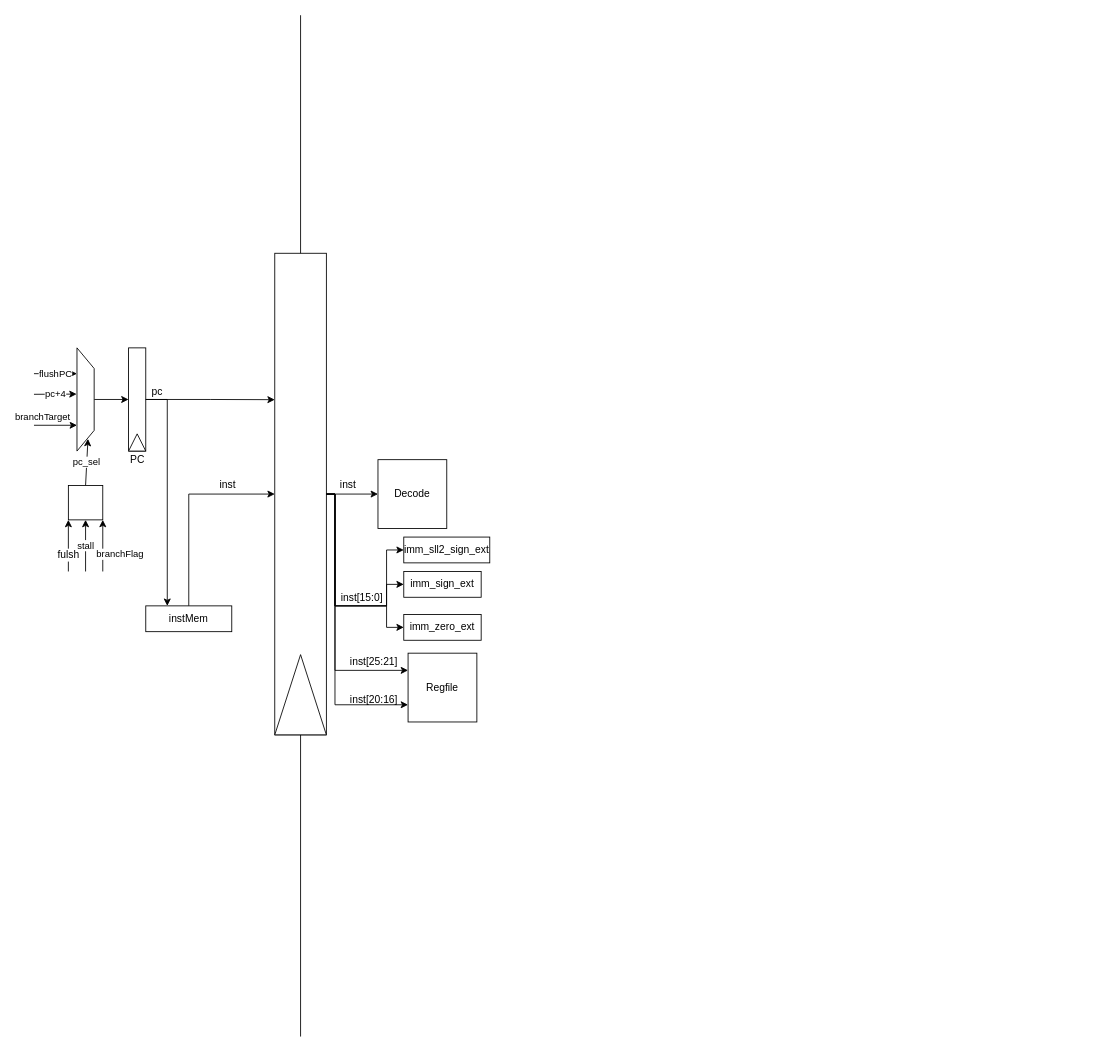
The draw.io diagram phoenix.drawio in amadeus-mips/amadeus-mips, before the edit. Source tidied: cells renumbered, new cells numbered last; positions are measured from the earlier drawing's top-left corner, leaving out a move shared by most shapes. Both pictures are drawn from the tidied source at 86%, with x=0, y=0 at pixel (34, 15).
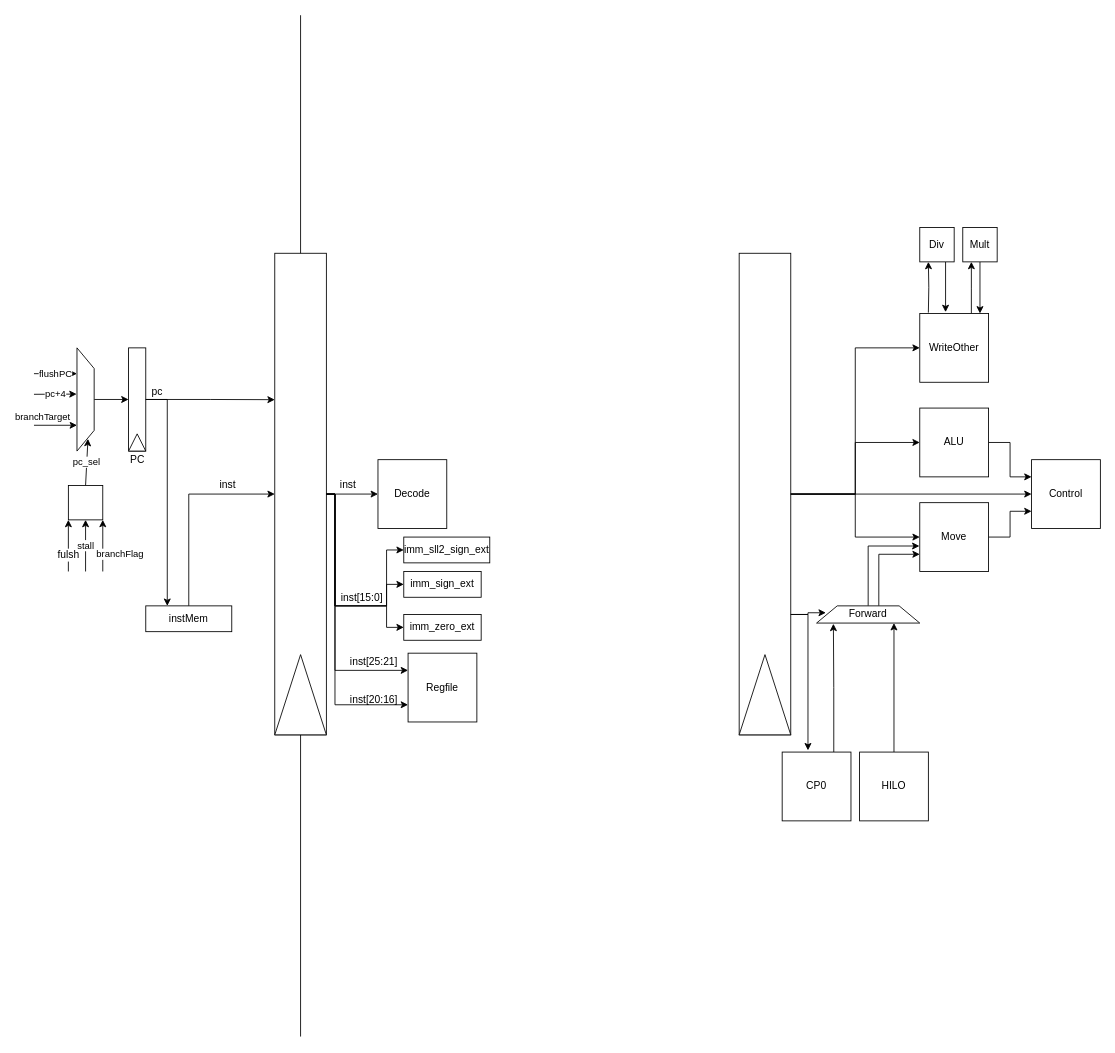
The same page after the edit.

What changed in the source:
```diff
@@
+    <mxCell id="42" style="group;" parent="1" vertex="1">
+      <mxGeometry x="820" y="277" width="60" height="560" as="geometry" />
+    </mxCell>
+    <mxCell id="43" style="rounded=0;whiteSpace=wrap;html=1;strokeColor=#000000;strokeWidth=1;direction=south;" parent="42" vertex="1">
+      <mxGeometry width="60" height="560" as="geometry" />
+    </mxCell>
+    <mxCell id="44" style="triangle;whiteSpace=wrap;html=1;strokeColor=#000000;strokeWidth=1;direction=north;" parent="42" vertex="1">
+      <mxGeometry y="466.7" width="60" height="93.3" as="geometry" />
+    </mxCell>
+    <mxCell id="45" style="edgeStyle=orthogonalEdgeStyle;rounded=0;jettySize=auto;html=1;exitX=1;exitY=0.5;exitDx=0;exitDy=0;entryX=0;entryY=0.25;entryDx=0;entryDy=0;" parent="1" edge="1" source="46" target="60">
+      <mxGeometry relative="1" as="geometry" />
+    </mxCell>
+    <mxCell id="46" value="ALU" style="whiteSpace=wrap;html=1;" parent="1" vertex="1">
+      <mxGeometry x="1030" y="457" width="80" height="80" as="geometry" />
+    </mxCell>
+    <mxCell id="47" style="edgeStyle=orthogonalEdgeStyle;rounded=0;jettySize=auto;html=1;exitX=1;exitY=0.5;exitDx=0;exitDy=0;entryX=0;entryY=0.75;entryDx=0;entryDy=0;" parent="1" edge="1" source="48" target="60">
+      <mxGeometry relative="1" as="geometry" />
+    </mxCell>
+    <mxCell id="48" value="Move" style="whiteSpace=wrap;html=1;" parent="1" vertex="1">
+      <mxGeometry x="1030" y="567" width="80" height="80" as="geometry" />
+    </mxCell>
+    <mxCell id="49" style="edgeStyle=orthogonalEdgeStyle;rounded=0;jettySize=auto;html=1;entryX=0.25;entryY=1;entryDx=0;entryDy=0;" parent="1" edge="1" target="53">
+      <mxGeometry relative="1" as="geometry">
+        <mxPoint x="1040" y="346" as="sourcePoint" />
+      </mxGeometry>
+    </mxCell>
+    <mxCell id="50" style="edgeStyle=orthogonalEdgeStyle;rounded=0;jettySize=auto;html=1;exitX=0.75;exitY=0;exitDx=0;exitDy=0;" parent="1" edge="1" source="51">
+      <mxGeometry relative="1" as="geometry">
+        <mxPoint x="1090" y="287" as="targetPoint" />
+      </mxGeometry>
+    </mxCell>
+    <mxCell id="51" value="WriteOther" style="whiteSpace=wrap;html=1;" parent="1" vertex="1">
+      <mxGeometry x="1030" y="347" width="80" height="80" as="geometry" />
+    </mxCell>
+    <mxCell id="52" style="edgeStyle=orthogonalEdgeStyle;rounded=0;jettySize=auto;html=1;exitX=0.75;exitY=1;exitDx=0;exitDy=0;entryX=0.375;entryY=-0.02;entryDx=0;entryDy=0;entryPerimeter=0;" parent="1" edge="1" source="53" target="51">
+      <mxGeometry relative="1" as="geometry" />
+    </mxCell>
+    <mxCell id="53" value="Div" style="whiteSpace=wrap;html=1;" parent="1" vertex="1">
+      <mxGeometry x="1030" y="247" width="40" height="40" as="geometry" />
+    </mxCell>
+    <mxCell id="54" style="edgeStyle=orthogonalEdgeStyle;rounded=0;jettySize=auto;html=1;exitX=0.5;exitY=1;exitDx=0;exitDy=0;entryX=0.875;entryY=0;entryDx=0;entryDy=0;entryPerimeter=0;" parent="1" edge="1" source="55" target="51">
+      <mxGeometry relative="1" as="geometry" />
+    </mxCell>
+    <mxCell id="55" value="Mult" style="whiteSpace=wrap;html=1;" parent="1" vertex="1">
+      <mxGeometry x="1080" y="247" width="40" height="40" as="geometry" />
+    </mxCell>
+    <mxCell id="56" style="edgeStyle=orthogonalEdgeStyle;rounded=0;jettySize=auto;html=1;exitX=0.5;exitY=0;exitDx=0;exitDy=0;" parent="1" edge="1" source="43" target="51">
+      <mxGeometry relative="1" as="geometry" />
+    </mxCell>
+    <mxCell id="57" style="edgeStyle=orthogonalEdgeStyle;rounded=0;jettySize=auto;html=1;exitX=0.5;exitY=0;exitDx=0;exitDy=0;" parent="1" edge="1" source="43" target="46">
+      <mxGeometry relative="1" as="geometry" />
+    </mxCell>
+    <mxCell id="58" style="edgeStyle=orthogonalEdgeStyle;rounded=0;jettySize=auto;html=1;exitX=0.5;exitY=0;exitDx=0;exitDy=0;entryX=0;entryY=0.5;entryDx=0;entryDy=0;" parent="1" edge="1" source="43" target="48">
+      <mxGeometry relative="1" as="geometry" />
+    </mxCell>
+    <mxCell id="59" style="edgeStyle=orthogonalEdgeStyle;rounded=0;jettySize=auto;html=1;exitX=0.5;exitY=0;exitDx=0;exitDy=0;" parent="1" edge="1" source="43" target="60">
+      <mxGeometry relative="1" as="geometry" />
+    </mxCell>
+    <mxCell id="60" value="Control" style="whiteSpace=wrap;html=1;" parent="1" vertex="1">
+      <mxGeometry x="1160" y="517" width="80" height="80" as="geometry" />
+    </mxCell>
+    <mxCell id="61" style="edgeStyle=orthogonalEdgeStyle;rounded=0;jettySize=auto;html=1;exitX=0.75;exitY=0;exitDx=0;exitDy=0;entryX=0.163;entryY=1.04;entryDx=0;entryDy=0;entryPerimeter=0;" parent="1" edge="1" source="62" target="69">
+      <mxGeometry relative="1" as="geometry" />
+    </mxCell>
+    <mxCell id="62" value="CP0" style="whiteSpace=wrap;html=1;" parent="1" vertex="1">
+      <mxGeometry x="870" y="857" width="80" height="80" as="geometry" />
+    </mxCell>
+    <mxCell id="63" style="edgeStyle=orthogonalEdgeStyle;rounded=0;jettySize=auto;html=1;exitX=0.75;exitY=0;exitDx=0;exitDy=0;entryX=0.375;entryY=-0.025;entryDx=0;entryDy=0;entryPerimeter=0;" parent="1" edge="1" source="43" target="62">
+      <mxGeometry relative="1" as="geometry" />
+    </mxCell>
+    <mxCell id="64" style="edgeStyle=orthogonalEdgeStyle;rounded=0;jettySize=auto;html=1;exitX=0.5;exitY=0;exitDx=0;exitDy=0;entryX=0.75;entryY=1;entryDx=0;entryDy=0;" parent="1" edge="1" source="65" target="69">
+      <mxGeometry relative="1" as="geometry" />
+    </mxCell>
+    <mxCell id="65" value="HILO" style="whiteSpace=wrap;html=1;" parent="1" vertex="1">
+      <mxGeometry x="960" y="857" width="80" height="80" as="geometry" />
+    </mxCell>
+    <mxCell id="66" style="edgeStyle=orthogonalEdgeStyle;rounded=0;jettySize=auto;html=1;exitX=0.75;exitY=0;exitDx=0;exitDy=0;entryX=0.09;entryY=0.4;entryDx=0;entryDy=0;entryPerimeter=0;" parent="1" edge="1" source="43" target="69">
+      <mxGeometry relative="1" as="geometry" />
+    </mxCell>
+    <mxCell id="67" style="edgeStyle=orthogonalEdgeStyle;rounded=0;jettySize=auto;html=1;exitX=0.5;exitY=0;exitDx=0;exitDy=0;entryX=-0.005;entryY=0.63;entryDx=0;entryDy=0;entryPerimeter=0;" parent="1" edge="1" source="69" target="48">
+      <mxGeometry relative="1" as="geometry" />
+    </mxCell>
+    <mxCell id="68" style="edgeStyle=orthogonalEdgeStyle;rounded=0;jettySize=auto;html=1;entryX=0;entryY=0.75;entryDx=0;entryDy=0;exitX=0.603;exitY=0;exitDx=0;exitDy=0;exitPerimeter=0;" parent="1" edge="1" source="69" target="48">
+      <mxGeometry relative="1" as="geometry" />
+    </mxCell>
+    <mxCell id="69" value="Forward" style="shape=trapezoid;whiteSpace=wrap;html=1;strokeColor=#000000;strokeWidth=1;rotation=0;points=[[0.75,1],[0.25,1],[0.5,1],[0.9,1],[0.5,0]];" parent="1" vertex="1">
+      <mxGeometry x="910" y="687" width="120" height="20" as="geometry" />
+    </mxCell>
```
